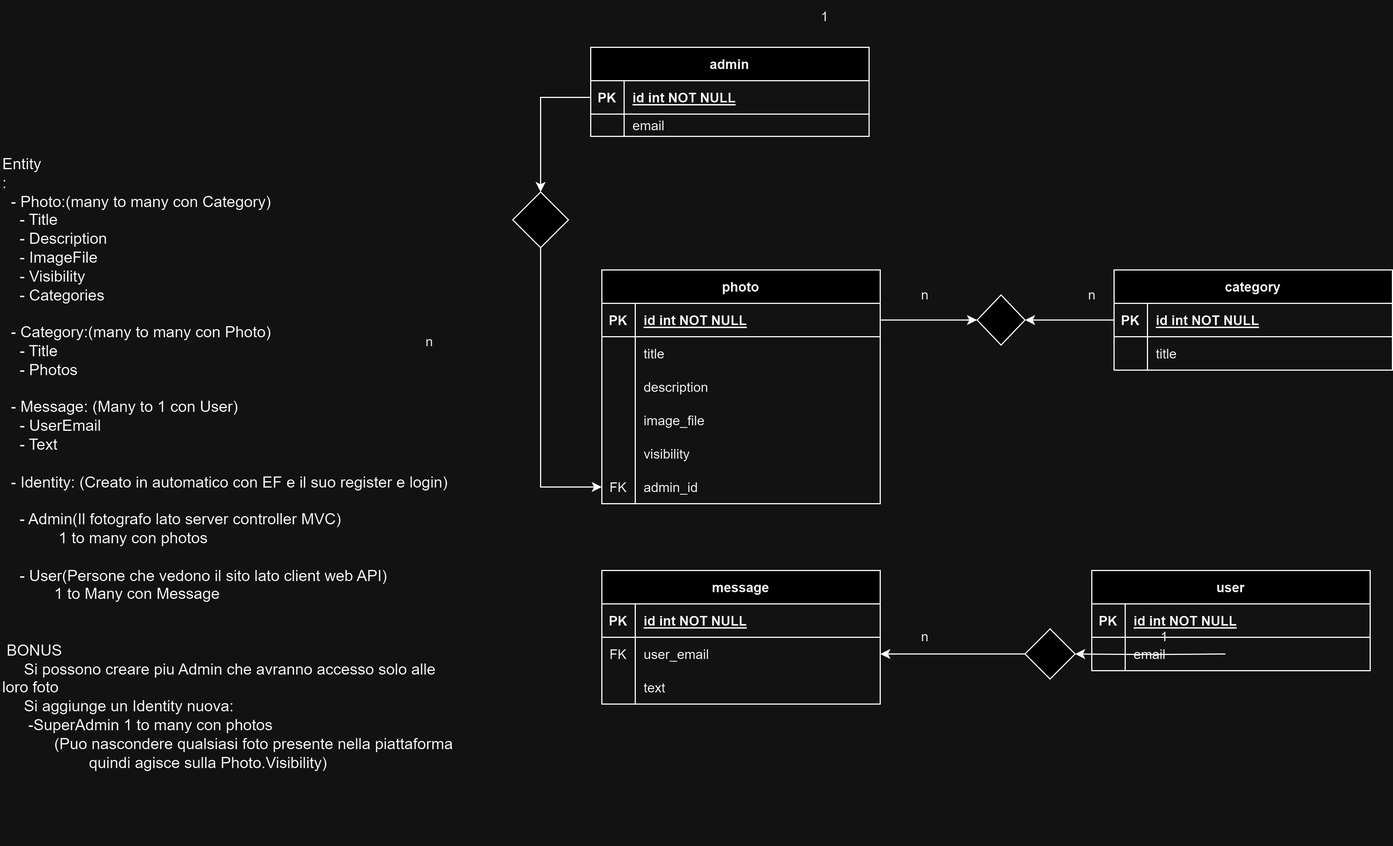
Earlier version of the draw.io export diagram_er.png (leonardoserra/net-il-mio-fotoalbum). Source tidied: cells renumbered, new cells last; positions are measured from the earlier drawing's top-left corner, leaving out a move shared by most shapes.
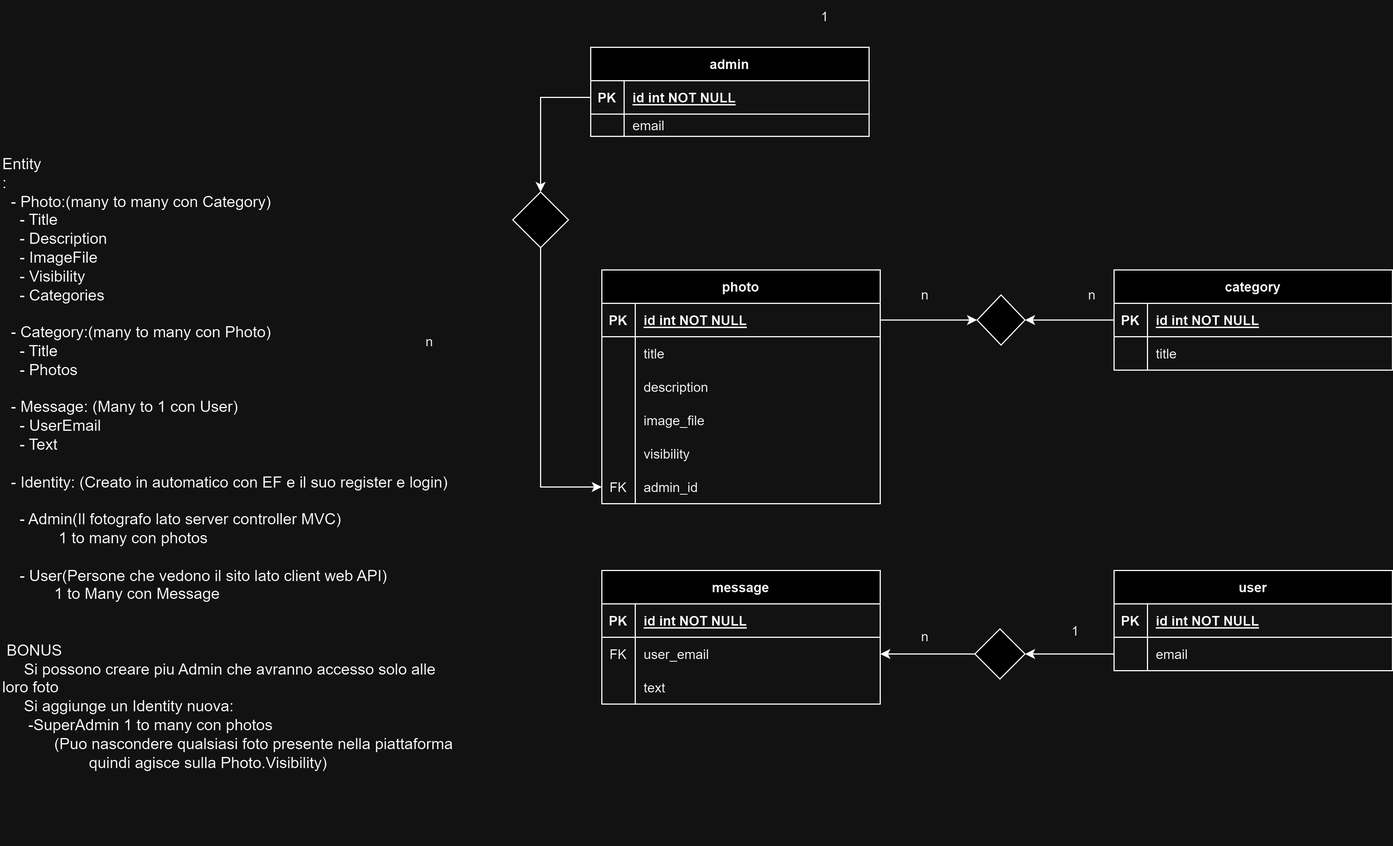
After the change.

Commit message:
cambiato il diagramma er

Diff of the diagram source:
```diff
@@ -129,7 +129,7 @@
       <mxGeometry x="30" width="220" height="30" as="geometry" />
     </mxCell>
     <mxCell id="44" value="user" style="shape=table;startSize=30;rowLines=0;fontStyle=1;align=center;" parent="1" vertex="1">
-      <mxGeometry x="980" y="512" width="250" height="90" as="geometry" />
+      <mxGeometry x="1000" y="512" width="250" height="90" as="geometry" />
     </mxCell>
     <mxCell id="45" style="shape=partialRectangle;fillColor=none;top=0;left=0;right=0;bottom=1;" parent="44" vertex="1">
       <mxGeometry y="30" width="250" height="30" as="geometry" />
@@ -150,13 +150,13 @@
       <mxGeometry x="30" width="220" height="30" as="geometry" />
     </mxCell>
     <mxCell id="51" style="rhombus;whiteSpace=wrap;html=1;" parent="1" vertex="1">
-      <mxGeometry x="920" y="564.5" width="45" height="45" as="geometry" />
+      <mxGeometry x="875" y="564.5" width="45" height="45" as="geometry" />
     </mxCell>
     <mxCell id="52" style="edgeStyle=orthogonalEdgeStyle;rounded=0;jettySize=auto;html=1;entryX=0;entryY=0.5;entryDx=0;entryDy=0;" parent="1" edge="1" source="x" target="51">
       <mxGeometry relative="1" as="geometry" />
     </mxCell>
     <mxCell id="53" value="1" style="text;html=1;align=center;verticalAlign=middle;strokeColor=none;fillColor=none;" parent="1" vertex="1">
-      <mxGeometry x="1030" y="557" width="30" height="30" as="geometry" />
+      <mxGeometry x="950" y="552" width="30" height="30" as="geometry" />
     </mxCell>
     <mxCell id="54" value="n" style="text;html=1;align=center;verticalAlign=middle;strokeColor=none;fillColor=none;" parent="1" vertex="1">
       <mxGeometry x="815" y="557" width="30" height="30" as="geometry" />
@@ -164,11 +164,6 @@
     <mxCell id="55" style="edgeStyle=orthogonalEdgeStyle;rounded=0;jettySize=auto;html=1;exitX=0;exitY=0.5;exitDx=0;exitDy=0;" parent="1" edge="1" source="51" target="38">
       <mxGeometry relative="1" as="geometry" />
     </mxCell>
-    <mxCell id="56" style="edgeStyle=orthogonalEdgeStyle;rounded=0;jettySize=auto;html=1;exitX=0;exitY=0.5;exitDx=0;exitDy=0;entryX=1;entryY=0.5;entryDx=0;entryDy=0;" parent="1" edge="1" target="51">
-      <mxGeometry relative="1" as="geometry">
-        <mxPoint x="1100" y="587" as="sourcePoint" />
-      </mxGeometry>
-    </mxCell>
     <mxCell id="57" value="admin" style="shape=table;startSize=30;rowLines=0;fontStyle=1;align=center;" parent="1" vertex="1">
       <mxGeometry x="530" y="42" width="250" height="80" as="geometry" />
     </mxCell>
@@ -205,5 +200,8 @@
     <mxCell id="68" style="edgeStyle=orthogonalEdgeStyle;rounded=0;jettySize=auto;html=1;exitX=0;exitY=0.5;exitDx=0;exitDy=0;entryX=0.5;entryY=0;entryDx=0;entryDy=0;" parent="1" edge="1" source="58" target="64">
       <mxGeometry relative="1" as="geometry" />
     </mxCell>
+    <mxCell id="69" style="edgeStyle=orthogonalEdgeStyle;rounded=0;jettySize=auto;html=1;exitX=0;exitY=0.5;exitDx=0;exitDy=0;entryX=1;entryY=0.5;entryDx=0;entryDy=0;" parent="1" edge="1" source="48" target="51">
+      <mxGeometry relative="1" as="geometry" />
+    </mxCell>
   </root>
 </mxGraphModel>
```
